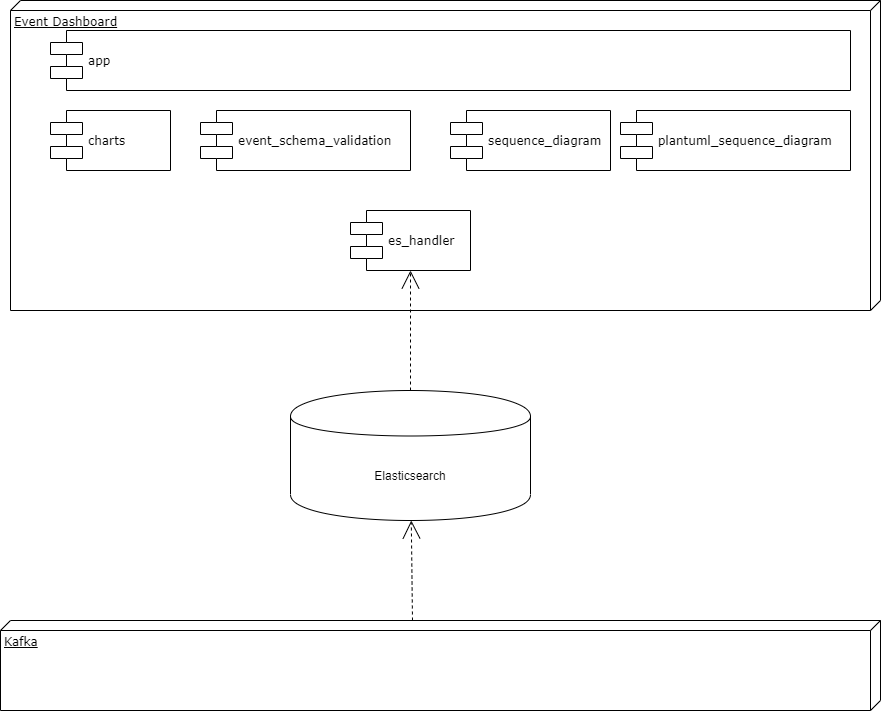
Earlier version of the draw.io export docs/component_diagram.png (SeniorTest/event-dashboard). Source tidied: cells renumbered, new cells last; positions are measured from the earlier drawing's top-left corner, leaving out a move shared by most shapes. Its diagram source:
```xml
<mxGraphModel background="#ffffff">
  <root>
    <mxCell id="0" />
    <mxCell id="1" parent="0" />
    <mxCell id="2" value="Event Dashboard" style="verticalAlign=top;align=left;spacingTop=8;spacingLeft=2;spacingRight=12;shape=cube;size=10;direction=south;fontStyle=4;html=1;rounded=0;shadow=0;comic=0;labelBackgroundColor=none;strokeWidth=1;fontFamily=Verdana;fontSize=12;" parent="1" vertex="1">
      <mxGeometry x="10" width="870" height="310" as="geometry" />
    </mxCell>
    <mxCell id="3" value="charts" style="shape=component;align=left;spacingLeft=36;rounded=0;shadow=0;comic=0;labelBackgroundColor=none;strokeWidth=1;fontFamily=Verdana;fontSize=12;html=1;" parent="1" vertex="1">
      <mxGeometry x="50" y="110" width="120" height="60" as="geometry" />
    </mxCell>
    <mxCell id="4" style="edgeStyle=none;rounded=0;html=1;dashed=1;labelBackgroundColor=none;startArrow=none;startFill=0;startSize=8;endArrow=open;endFill=0;endSize=16;fontFamily=Verdana;fontSize=12;exitX=0.5;exitY=0;exitDx=0;exitDy=0;" parent="1" edge="1" source="7" target="10">
      <mxGeometry relative="1" as="geometry" />
    </mxCell>
    <mxCell id="5" value="Kafka" style="verticalAlign=top;align=left;spacingTop=8;spacingLeft=2;spacingRight=12;shape=cube;size=10;direction=south;fontStyle=4;html=1;rounded=0;shadow=0;comic=0;labelBackgroundColor=none;strokeWidth=1;fontFamily=Verdana;fontSize=12;" parent="1" vertex="1">
      <mxGeometry y="620" width="880" height="90" as="geometry" />
    </mxCell>
    <mxCell id="6" style="edgeStyle=none;rounded=0;html=1;dashed=1;labelBackgroundColor=none;startArrow=none;startFill=0;startSize=8;endArrow=open;endFill=0;endSize=16;fontFamily=Verdana;fontSize=12;" parent="1" edge="1" target="7">
      <mxGeometry relative="1" as="geometry">
        <mxPoint x="412" y="620" as="sourcePoint" />
      </mxGeometry>
    </mxCell>
    <mxCell id="7" value="Elasticsearch" style="shape=cylinder;whiteSpace=wrap;html=1;boundedLbl=1;backgroundOutline=1;" parent="1" vertex="1">
      <mxGeometry x="290" y="390" width="240" height="130" as="geometry" />
    </mxCell>
    <mxCell id="8" value="app" style="shape=component;align=left;spacingLeft=36;rounded=0;shadow=0;comic=0;labelBackgroundColor=none;strokeWidth=1;fontFamily=Verdana;fontSize=12;html=1;" parent="1" vertex="1">
      <mxGeometry x="50" y="30" width="800" height="60" as="geometry" />
    </mxCell>
    <mxCell id="9" value="event_schema_validation" style="shape=component;align=left;spacingLeft=36;rounded=0;shadow=0;comic=0;labelBackgroundColor=none;strokeWidth=1;fontFamily=Verdana;fontSize=12;html=1;" parent="1" vertex="1">
      <mxGeometry x="200" y="110" width="210" height="60" as="geometry" />
    </mxCell>
    <mxCell id="10" value="es_handler" style="shape=component;align=left;spacingLeft=36;rounded=0;shadow=0;comic=0;labelBackgroundColor=none;strokeWidth=1;fontFamily=Verdana;fontSize=12;html=1;" parent="1" vertex="1">
      <mxGeometry x="350" y="210" width="120" height="60" as="geometry" />
    </mxCell>
    <mxCell id="11" value="plantuml_sequence_diagram" style="shape=component;align=left;spacingLeft=36;rounded=0;shadow=0;comic=0;labelBackgroundColor=none;strokeWidth=1;fontFamily=Verdana;fontSize=12;html=1;" parent="1" vertex="1">
      <mxGeometry x="620" y="110" width="230" height="60" as="geometry" />
    </mxCell>
    <mxCell id="12" value="sequence_diagram" style="shape=component;align=left;spacingLeft=36;rounded=0;shadow=0;comic=0;labelBackgroundColor=none;strokeWidth=1;fontFamily=Verdana;fontSize=12;html=1;" parent="1" vertex="1">
      <mxGeometry x="450" y="110" width="160" height="60" as="geometry" />
    </mxCell>
  </root>
</mxGraphModel>
```
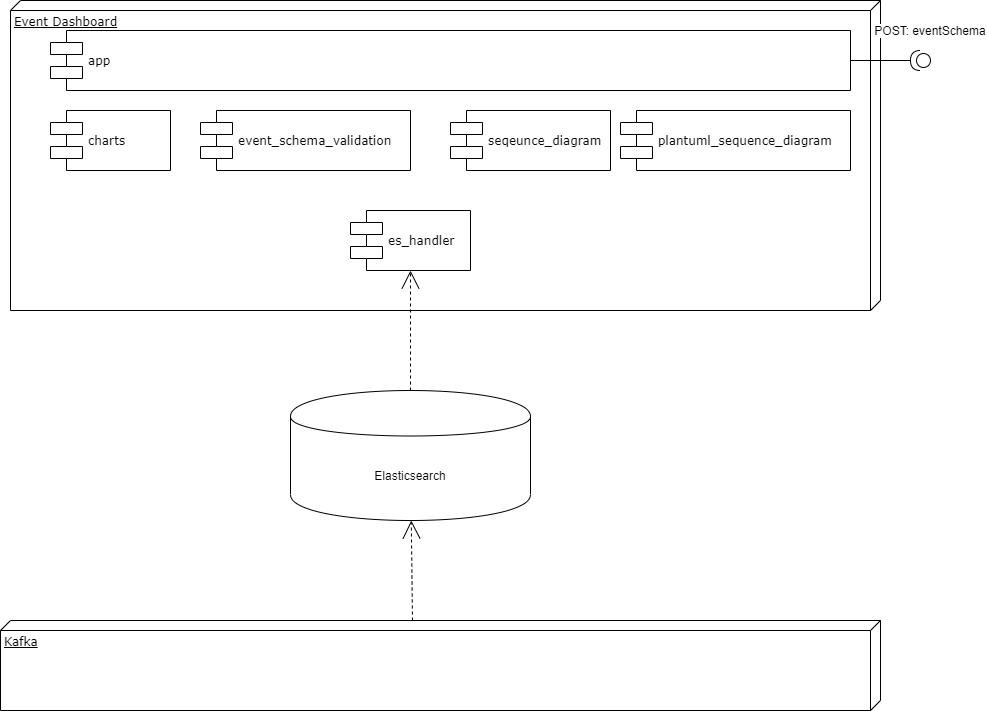
After the commit.

Commit message:
added schema api to component diagram corrected app name in test case corrected typo in readme

The edit, as a diff of the source:
```diff
@@ -34,8 +34,17 @@
     <mxCell id="11" value="plantuml_sequence_diagram" style="shape=component;align=left;spacingLeft=36;rounded=0;shadow=0;comic=0;labelBackgroundColor=none;strokeWidth=1;fontFamily=Verdana;fontSize=12;html=1;" parent="1" vertex="1">
       <mxGeometry x="620" y="110" width="230" height="60" as="geometry" />
     </mxCell>
-    <mxCell id="12" value="sequence_diagram" style="shape=component;align=left;spacingLeft=36;rounded=0;shadow=0;comic=0;labelBackgroundColor=none;strokeWidth=1;fontFamily=Verdana;fontSize=12;html=1;" parent="1" vertex="1">
+    <mxCell id="12" value="seqeunce_diagram" style="shape=component;align=left;spacingLeft=36;rounded=0;shadow=0;comic=0;labelBackgroundColor=none;strokeWidth=1;fontFamily=Verdana;fontSize=12;html=1;" parent="1" vertex="1">
       <mxGeometry x="450" y="110" width="160" height="60" as="geometry" />
     </mxCell>
+    <mxCell id="13" style="shape=providedRequiredInterface;html=1;verticalLabelPosition=bottom;rotation=-180;" parent="1" vertex="1">
+      <mxGeometry x="910" y="50" width="20" height="20" as="geometry" />
+    </mxCell>
+    <mxCell id="14" style="endArrow=none;html=1;entryX=1;entryY=0.5;entryDx=0;entryDy=0;entryPerimeter=0;" parent="1" edge="1" source="8" target="13">
+      <mxGeometry relative="1" as="geometry" />
+    </mxCell>
+    <mxCell id="15" value="&lt;span style=&quot;white-space: nowrap ; background-color: rgb(255 , 255 , 255)&quot;&gt;POST: eventSchema&lt;/span&gt;" style="text;html=1;strokeColor=none;fillColor=none;align=center;verticalAlign=middle;whiteSpace=wrap;rounded=0;" parent="1" vertex="1">
+      <mxGeometry x="910" y="20" width="40" height="20" as="geometry" />
+    </mxCell>
   </root>
 </mxGraphModel>
```
